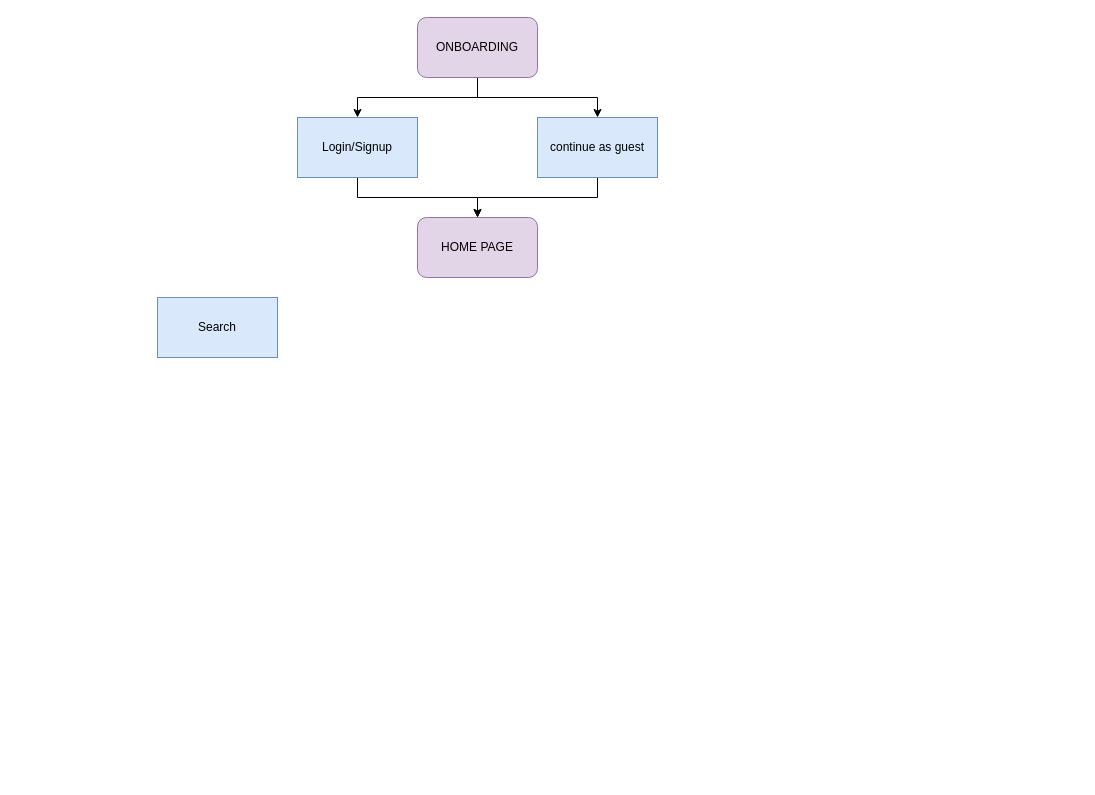
This is Untitled Diagram.drawio from pawanomprakash/INFORMATION-ARCHITECTURE, a draw.io file, before an edit. Source tidied: cells renumbered, new cells numbered last; positions are measured from the earlier drawing's top-left corner, leaving out a move shared by most shapes. Both pictures are drawn from the tidied source at 100%, with x=0, y=0 at pixel (157, 17). Pictures stored in the file or linked from it are replaced by grey dashed boxes.
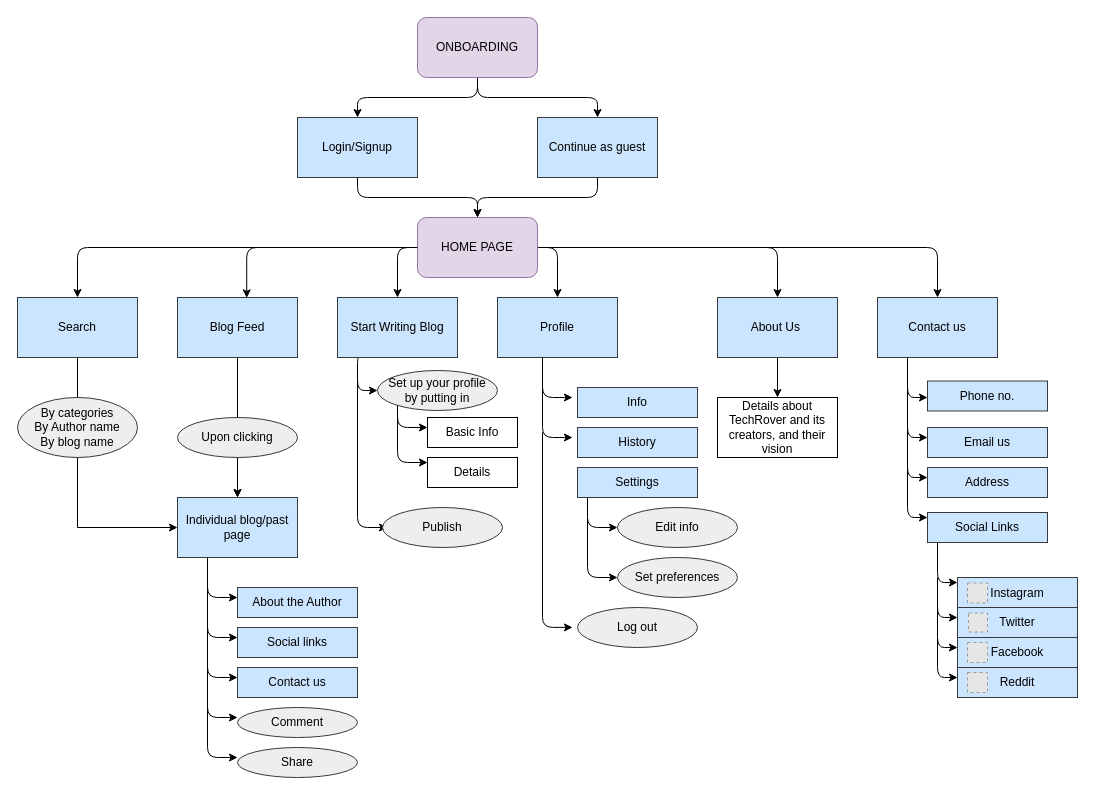
After the change.

Unchanged cells that the change refers to:
```xml
<mxCell id="4" value="ONBOARDING" style="rounded=1;whiteSpace=wrap;html=1;fillColor=#e1d5e7;strokeColor=#9673a6;" parent="1" vertex="1">
  <mxGeometry x="260" width="120" height="60" as="geometry" />
</mxCell>
<mxCell id="9" value="HOME PAGE" style="rounded=1;whiteSpace=wrap;html=1;fillColor=#e1d5e7;strokeColor=#9673a6;" parent="1" vertex="1">
  <mxGeometry x="260" y="200" width="120" height="60" as="geometry" />
</mxCell>
```

Diff of the diagram source:
```diff
@@
-    <mxCell id="2" style="edgeStyle=orthogonalEdgeStyle;rounded=0;jettySize=auto;html=1;" parent="1" edge="1" source="4" target="6">
+    <mxCell id="2" style="edgeStyle=orthogonalEdgeStyle;jettySize=auto;html=1;rounded=1;" parent="1" edge="1" source="4" target="6">
       <mxGeometry relative="1" as="geometry" />
     </mxCell>
-    <mxCell id="3" style="edgeStyle=orthogonalEdgeStyle;rounded=0;jettySize=auto;html=1;" parent="1" edge="1" source="4" target="8">
+    <mxCell id="3" style="edgeStyle=orthogonalEdgeStyle;jettySize=auto;html=1;rounded=1;" parent="1" edge="1" source="4" target="8">
       <mxGeometry relative="1" as="geometry">
         <Array as="points">
           <mxPoint x="320" y="80" />
           <mxPoint x="440" y="80" />
         </Array>
       </mxGeometry>
     </mxCell>
@@
-    <mxCell id="5" style="edgeStyle=orthogonalEdgeStyle;rounded=0;jettySize=auto;html=1;entryX=0.5;entryY=0;entryDx=0;entryDy=0;" parent="1" edge="1" source="6" target="9">
+    <mxCell id="5" style="edgeStyle=orthogonalEdgeStyle;jettySize=auto;html=1;entryX=0.5;entryY=0;entryDx=0;entryDy=0;rounded=1;" parent="1" edge="1" source="6" target="9">
       <mxGeometry relative="1" as="geometry" />
     </mxCell>
-    <mxCell id="6" value="Login/Signup" style="rounded=0;whiteSpace=wrap;html=1;fillColor=#dae8fc;strokeColor=#6c8ebf;" parent="1" vertex="1">
+    <mxCell id="6" value="Login/Signup" style="rounded=0;whiteSpace=wrap;html=1;glass=0;shadow=0;fillColor=#cce5ff;strokeColor=#36393d;" parent="1" vertex="1">
       <mxGeometry x="140" y="100" width="120" height="60" as="geometry" />
     </mxCell>
-    <mxCell id="7" style="edgeStyle=orthogonalEdgeStyle;rounded=0;jettySize=auto;html=1;" parent="1" edge="1" source="8" target="9">
+    <mxCell id="7" style="edgeStyle=orthogonalEdgeStyle;jettySize=auto;html=1;rounded=1;" parent="1" edge="1" source="8" target="9">
       <mxGeometry relative="1" as="geometry" />
     </mxCell>
-    <mxCell id="8" value="continue as guest" style="rounded=0;whiteSpace=wrap;html=1;fillColor=#dae8fc;strokeColor=#6c8ebf;" parent="1" vertex="1">
+    <mxCell id="8" value="Continue as guest" style="rounded=0;whiteSpace=wrap;html=1;fillColor=#cce5ff;strokeColor=#36393d;" parent="1" vertex="1">
       <mxGeometry x="380" y="100" width="120" height="60" as="geometry" />
     </mxCell>
+    <mxCell id="11" style="edgeStyle=orthogonalEdgeStyle;jettySize=auto;html=1;entryX=0.5;entryY=0;entryDx=0;entryDy=0;rounded=1;" parent="1" edge="1" source="9" target="10">
+      <mxGeometry relative="1" as="geometry" />
+    </mxCell>
+    <mxCell id="12" style="edgeStyle=orthogonalEdgeStyle;rounded=1;jettySize=auto;html=1;entryX=0.5;entryY=0;entryDx=0;entryDy=0;exitX=1;exitY=0.5;exitDx=0;exitDy=0;" parent="1" edge="1" source="9" target="21">
+      <mxGeometry relative="1" as="geometry" />
+    </mxCell>
+    <mxCell id="13" style="edgeStyle=orthogonalEdgeStyle;rounded=1;jettySize=auto;html=1;" parent="1" edge="1" source="9" target="38">
+      <mxGeometry relative="1" as="geometry" />
+    </mxCell>
+    <mxCell id="14" style="edgeStyle=orthogonalEdgeStyle;rounded=1;jettySize=auto;html=1;entryX=0.5;entryY=0;entryDx=0;entryDy=0;" parent="1" edge="1" source="9" target="28">
+      <mxGeometry relative="1" as="geometry">
+        <Array as="points">
+          <mxPoint x="240" y="230" />
+        </Array>
+      </mxGeometry>
+    </mxCell>
+    <mxCell id="15" style="edgeStyle=orthogonalEdgeStyle;rounded=1;jettySize=auto;html=1;entryX=0.5;entryY=0;entryDx=0;entryDy=0;" parent="1" edge="1" source="9" target="35">
+      <mxGeometry relative="1" as="geometry">
+        <Array as="points">
+          <mxPoint x="400" y="230" />
+        </Array>
+      </mxGeometry>
+    </mxCell>
@@
+    <mxCell id="16" style="edgeStyle=orthogonalEdgeStyle;rounded=0;jettySize=auto;html=1;exitX=0.5;exitY=1;exitDx=0;exitDy=0;entryX=0;entryY=0.5;entryDx=0;entryDy=0;" parent="1" edge="1" source="10" target="25">
+      <mxGeometry relative="1" as="geometry" />
+    </mxCell>
-    <mxCell id="10" value="Search" style="rounded=0;whiteSpace=wrap;html=1;fillColor=#dae8fc;strokeColor=#6c8ebf;" parent="1" vertex="1">
-      <mxGeometry y="280" width="120" height="60" as="geometry" />
+    <mxCell id="10" value="Search" style="rounded=0;whiteSpace=wrap;html=1;fillColor=#cce5ff;strokeColor=#36393d;" parent="1" vertex="1">
+      <mxGeometry x="-140" y="280" width="120" height="60" as="geometry" />
     </mxCell>
+    <mxCell id="17" style="edgeStyle=orthogonalEdgeStyle;rounded=0;jettySize=auto;html=1;exitX=0.5;exitY=1;exitDx=0;exitDy=0;entryX=0.5;entryY=0;entryDx=0;entryDy=0;" parent="1" edge="1" source="18" target="25">
+      <mxGeometry relative="1" as="geometry" />
+    </mxCell>
+    <mxCell id="18" value="Blog Feed" style="rounded=0;whiteSpace=wrap;html=1;fillColor=#cce5ff;strokeColor=#36393d;" parent="1" vertex="1">
+      <mxGeometry x="20" y="280" width="120" height="60" as="geometry" />
+    </mxCell>
+    <mxCell id="19" style="edgeStyle=orthogonalEdgeStyle;rounded=1;orthogonalLoop=1;jettySize=auto;html=1;exitX=0.25;exitY=1;exitDx=0;exitDy=0;" parent="1" edge="1">
+      <mxGeometry relative="1" as="geometry">
+        <mxPoint x="780" y="620" as="sourcePoint" />
+        <mxPoint x="800" y="660" as="targetPoint" />
+        <Array as="points">
+          <mxPoint x="780" y="660" />
+        </Array>
+      </mxGeometry>
+    </mxCell>
+    <mxCell id="20" style="edgeStyle=orthogonalEdgeStyle;rounded=1;jettySize=auto;html=1;exitX=0.25;exitY=1;exitDx=0;exitDy=0;" parent="1" edge="1" source="21">
+      <mxGeometry relative="1" as="geometry">
+        <mxPoint x="770" y="380" as="targetPoint" />
+        <Array as="points">
+          <mxPoint x="750" y="380" />
+        </Array>
+      </mxGeometry>
+    </mxCell>
+    <mxCell id="21" value="Contact us" style="rounded=0;whiteSpace=wrap;html=1;fillColor=#cce5ff;strokeColor=#36393d;" parent="1" vertex="1">
+      <mxGeometry x="720" y="280" width="120" height="60" as="geometry" />
+    </mxCell>
+    <mxCell id="22" style="edgeStyle=orthogonalEdgeStyle;rounded=0;jettySize=auto;html=1;" parent="1" edge="1" source="23" target="25">
+      <mxGeometry relative="1" as="geometry" />
+    </mxCell>
+    <mxCell id="23" value="Upon clicking" style="ellipse;whiteSpace=wrap;html=1;fillColor=#eeeeee;strokeColor=#36393d;" parent="1" vertex="1">
+      <mxGeometry x="20" y="400" width="120" height="40" as="geometry" />
+    </mxCell>
+    <mxCell id="24" style="edgeStyle=orthogonalEdgeStyle;rounded=1;jettySize=auto;html=1;exitX=0.25;exitY=1;exitDx=0;exitDy=0;" parent="1" edge="1" source="25">
+      <mxGeometry relative="1" as="geometry">
+        <mxPoint x="80" y="580" as="targetPoint" />
+        <Array as="points">
+          <mxPoint x="50" y="580" />
+        </Array>
+      </mxGeometry>
+    </mxCell>
+    <mxCell id="25" value="Individual blog/past page" style="rounded=0;whiteSpace=wrap;html=1;fillColor=#cce5ff;strokeColor=#36393d;" parent="1" vertex="1">
+      <mxGeometry x="20" y="480" width="120" height="60" as="geometry" />
+    </mxCell>
+    <mxCell id="26" style="edgeStyle=orthogonalEdgeStyle;rounded=1;orthogonalLoop=1;jettySize=auto;html=1;exitX=0.25;exitY=1;exitDx=0;exitDy=0;" parent="1" edge="1">
+      <mxGeometry relative="1" as="geometry">
+        <mxPoint x="240" y="370" as="sourcePoint" />
+        <mxPoint x="270" y="410" as="targetPoint" />
+        <Array as="points">
+          <mxPoint x="240" y="410" />
+        </Array>
+      </mxGeometry>
+    </mxCell>
+    <mxCell id="27" style="edgeStyle=orthogonalEdgeStyle;rounded=1;jettySize=auto;html=1;exitX=0.185;exitY=0.994;exitDx=0;exitDy=0;entryX=0;entryY=0.5;entryDx=0;entryDy=0;exitPerimeter=0;" parent="1" edge="1" source="28" target="45">
+      <mxGeometry relative="1" as="geometry">
+        <Array as="points">
+          <mxPoint x="200" y="340" />
+          <mxPoint x="200" y="373" />
+        </Array>
+      </mxGeometry>
+    </mxCell>
+    <mxCell id="28" value="Start Writing Blog" style="rounded=0;whiteSpace=wrap;html=1;fillColor=#cce5ff;strokeColor=#36393d;" parent="1" vertex="1">
+      <mxGeometry x="180" y="280" width="120" height="60" as="geometry" />
+    </mxCell>
+    <mxCell id="29" style="edgeStyle=orthogonalEdgeStyle;rounded=1;orthogonalLoop=1;jettySize=auto;html=1;exitX=0.25;exitY=1;exitDx=0;exitDy=0;" parent="1" edge="1">
+      <mxGeometry relative="1" as="geometry">
+        <mxPoint x="50" y="570" as="sourcePoint" />
+        <mxPoint x="80" y="620" as="targetPoint" />
+        <Array as="points">
+          <mxPoint x="50" y="620" />
+          <mxPoint x="80" y="620" />
+        </Array>
+      </mxGeometry>
+    </mxCell>
+    <mxCell id="30" style="edgeStyle=orthogonalEdgeStyle;rounded=1;orthogonalLoop=1;jettySize=auto;html=1;" parent="1" edge="1">
+      <mxGeometry relative="1" as="geometry">
+        <mxPoint x="50" y="610" as="sourcePoint" />
+        <mxPoint x="80" y="660" as="targetPoint" />
+        <Array as="points">
+          <mxPoint x="50" y="660" />
+        </Array>
+      </mxGeometry>
+    </mxCell>
+    <mxCell id="31" style="edgeStyle=orthogonalEdgeStyle;rounded=1;orthogonalLoop=1;jettySize=auto;html=1;" parent="1" edge="1">
+      <mxGeometry relative="1" as="geometry">
+        <mxPoint x="50" y="650" as="sourcePoint" />
+        <mxPoint x="80" y="700" as="targetPoint" />
+        <Array as="points">
+          <mxPoint x="50" y="700" />
+        </Array>
+      </mxGeometry>
+    </mxCell>
+    <mxCell id="32" value="About the Author" style="rounded=0;whiteSpace=wrap;html=1;fillColor=#cce5ff;strokeColor=#36393d;" parent="1" vertex="1">
+      <mxGeometry x="80" y="570" width="120" height="30" as="geometry" />
+    </mxCell>
+    <mxCell id="33" value="Social links" style="rounded=0;whiteSpace=wrap;html=1;fillColor=#cce5ff;strokeColor=#36393d;" parent="1" vertex="1">
+      <mxGeometry x="80" y="610" width="120" height="30" as="geometry" />
+    </mxCell>
+    <mxCell id="34" value="Contact us" style="rounded=0;whiteSpace=wrap;html=1;fillColor=#cce5ff;strokeColor=#36393d;" parent="1" vertex="1">
+      <mxGeometry x="80" y="650" width="120" height="30" as="geometry" />
+    </mxCell>
+    <mxCell id="35" value="Profile" style="rounded=0;whiteSpace=wrap;html=1;fillColor=#cce5ff;strokeColor=#36393d;" parent="1" vertex="1">
+      <mxGeometry x="340" y="280" width="120" height="60" as="geometry" />
+    </mxCell>
+    <mxCell id="36" value="By categories&lt;br&gt;By Author name&lt;br&gt;By blog name" style="ellipse;whiteSpace=wrap;html=1;fillColor=#eeeeee;strokeColor=#36393d;" parent="1" vertex="1">
+      <mxGeometry x="-140" y="380" width="120" height="60" as="geometry" />
+    </mxCell>
+    <mxCell id="37" style="edgeStyle=orthogonalEdgeStyle;rounded=0;jettySize=auto;html=1;exitX=0.5;exitY=1;exitDx=0;exitDy=0;entryX=0.5;entryY=0;entryDx=0;entryDy=0;" parent="1" edge="1" source="38" target="60">
+      <mxGeometry relative="1" as="geometry" />
+    </mxCell>
+    <mxCell id="38" value="About Us&amp;nbsp;" style="rounded=0;whiteSpace=wrap;html=1;fillColor=#cce5ff;strokeColor=#36393d;" parent="1" vertex="1">
+      <mxGeometry x="560" y="280" width="120" height="60" as="geometry" />
+    </mxCell>
+    <mxCell id="39" style="edgeStyle=orthogonalEdgeStyle;rounded=1;orthogonalLoop=1;jettySize=auto;html=1;" parent="1" edge="1">
+      <mxGeometry relative="1" as="geometry">
+        <mxPoint x="50" y="690" as="sourcePoint" />
+        <mxPoint x="80" y="740" as="targetPoint" />
+        <Array as="points">
+          <mxPoint x="50" y="740" />
+        </Array>
+      </mxGeometry>
+    </mxCell>
+    <mxCell id="40" style="edgeStyle=orthogonalEdgeStyle;rounded=1;jettySize=auto;html=1;entryX=0.577;entryY=0.006;entryDx=0;entryDy=0;entryPerimeter=0;" parent="1" edge="1" source="9" target="18">
+      <mxGeometry relative="1" as="geometry" />
+    </mxCell>
+    <mxCell id="41" style="edgeStyle=orthogonalEdgeStyle;rounded=1;orthogonalLoop=1;jettySize=auto;html=1;" parent="1" edge="1">
+      <mxGeometry relative="1" as="geometry">
+        <mxPoint x="240" y="395" as="sourcePoint" />
+        <mxPoint x="270" y="445" as="targetPoint" />
+        <Array as="points">
+          <mxPoint x="240" y="445" />
+        </Array>
+      </mxGeometry>
+    </mxCell>
+    <mxCell id="42" style="edgeStyle=orthogonalEdgeStyle;rounded=1;orthogonalLoop=1;jettySize=auto;html=1;" parent="1" edge="1">
+      <mxGeometry relative="1" as="geometry">
+        <mxPoint x="200" y="350" as="sourcePoint" />
+        <mxPoint x="230" y="510" as="targetPoint" />
+        <Array as="points">
+          <mxPoint x="200" y="510" />
+        </Array>
+      </mxGeometry>
+    </mxCell>
+    <mxCell id="43" value="Details" style="rounded=0;whiteSpace=wrap;html=1;" parent="1" vertex="1">
+      <mxGeometry x="270" y="440" width="90" height="30" as="geometry" />
+    </mxCell>
+    <mxCell id="44" value="Basic Info" style="rounded=0;whiteSpace=wrap;html=1;" parent="1" vertex="1">
+      <mxGeometry x="270" y="400" width="90" height="30" as="geometry" />
+    </mxCell>
+    <mxCell id="45" value="Set up your profile&lt;br&gt;by putting in" style="ellipse;whiteSpace=wrap;html=1;fillColor=#eeeeee;strokeColor=#36393d;" parent="1" vertex="1">
+      <mxGeometry x="220" y="353" width="120" height="40" as="geometry" />
+    </mxCell>
+    <mxCell id="46" style="edgeStyle=orthogonalEdgeStyle;rounded=1;orthogonalLoop=1;jettySize=auto;html=1;" parent="1" edge="1">
+      <mxGeometry relative="1" as="geometry">
+        <mxPoint x="430" y="450" as="sourcePoint" />
+        <mxPoint x="460" y="510" as="targetPoint" />
+        <Array as="points">
+          <mxPoint x="430" y="510" />
+        </Array>
+      </mxGeometry>
+    </mxCell>
+    <mxCell id="47" style="edgeStyle=orthogonalEdgeStyle;rounded=1;orthogonalLoop=1;jettySize=auto;html=1;" parent="1" edge="1">
+      <mxGeometry relative="1" as="geometry">
+        <mxPoint x="385" y="414.9" as="sourcePoint" />
+        <mxPoint x="415" y="609.9" as="targetPoint" />
+        <Array as="points">
+          <mxPoint x="385" y="609.9" />
+        </Array>
+      </mxGeometry>
+    </mxCell>
+    <mxCell id="48" style="edgeStyle=orthogonalEdgeStyle;rounded=1;orthogonalLoop=1;jettySize=auto;html=1;" parent="1" edge="1">
+      <mxGeometry relative="1" as="geometry">
+        <mxPoint x="385" y="370" as="sourcePoint" />
+        <mxPoint x="415" y="420" as="targetPoint" />
+        <Array as="points">
+          <mxPoint x="385" y="420" />
+        </Array>
+      </mxGeometry>
+    </mxCell>
+    <mxCell id="49" style="edgeStyle=orthogonalEdgeStyle;rounded=1;orthogonalLoop=1;jettySize=auto;html=1;exitX=0.25;exitY=1;exitDx=0;exitDy=0;" parent="1" edge="1">
+      <mxGeometry relative="1" as="geometry">
+        <mxPoint x="385" y="340" as="sourcePoint" />
+        <mxPoint x="415" y="380" as="targetPoint" />
+        <Array as="points">
+          <mxPoint x="385" y="380" />
+        </Array>
+      </mxGeometry>
+    </mxCell>
+    <mxCell id="50" value="Settings" style="rounded=0;whiteSpace=wrap;html=1;fillColor=#cce5ff;strokeColor=#36393d;" parent="1" vertex="1">
+      <mxGeometry x="420" y="450" width="120" height="30" as="geometry" />
+    </mxCell>
+    <mxCell id="51" value="History" style="rounded=0;whiteSpace=wrap;html=1;fillColor=#cce5ff;strokeColor=#36393d;" parent="1" vertex="1">
+      <mxGeometry x="420" y="410" width="120" height="30" as="geometry" />
+    </mxCell>
+    <mxCell id="52" value="Info" style="rounded=0;whiteSpace=wrap;html=1;fillColor=#cce5ff;strokeColor=#36393d;" parent="1" vertex="1">
+      <mxGeometry x="420" y="370" width="120" height="30" as="geometry" />
+    </mxCell>
+    <mxCell id="53" value="Publish" style="ellipse;whiteSpace=wrap;html=1;fillColor=#eeeeee;strokeColor=#36393d;" parent="1" vertex="1">
+      <mxGeometry x="225" y="490" width="120" height="40" as="geometry" />
+    </mxCell>
+    <mxCell id="54" value="Share" style="ellipse;whiteSpace=wrap;html=1;fillColor=#eeeeee;strokeColor=#36393d;" parent="1" vertex="1">
+      <mxGeometry x="80" y="730" width="120" height="30" as="geometry" />
+    </mxCell>
+    <mxCell id="55" value="Comment" style="ellipse;whiteSpace=wrap;html=1;fillColor=#eeeeee;strokeColor=#36393d;" parent="1" vertex="1">
+      <mxGeometry x="80" y="690" width="120" height="30" as="geometry" />
+    </mxCell>
+    <mxCell id="56" value="Set preferences" style="ellipse;whiteSpace=wrap;html=1;fillColor=#eeeeee;strokeColor=#36393d;" parent="1" vertex="1">
+      <mxGeometry x="460" y="540" width="120" height="40" as="geometry" />
+    </mxCell>
+    <mxCell id="57" value="Edit info" style="ellipse;whiteSpace=wrap;html=1;fillColor=#eeeeee;strokeColor=#36393d;" parent="1" vertex="1">
+      <mxGeometry x="460" y="490" width="120" height="40" as="geometry" />
+    </mxCell>
+    <mxCell id="58" value="Log out" style="ellipse;whiteSpace=wrap;html=1;fillColor=#eeeeee;strokeColor=#36393d;" parent="1" vertex="1">
+      <mxGeometry x="420" y="590" width="120" height="40" as="geometry" />
+    </mxCell>
+    <mxCell id="59" style="edgeStyle=orthogonalEdgeStyle;rounded=1;orthogonalLoop=1;jettySize=auto;html=1;" parent="1" edge="1">
+      <mxGeometry relative="1" as="geometry">
+        <mxPoint x="430" y="500" as="sourcePoint" />
+        <mxPoint x="460" y="560" as="targetPoint" />
+        <Array as="points">
+          <mxPoint x="430" y="560" />
+        </Array>
+      </mxGeometry>
+    </mxCell>
+    <mxCell id="60" value="Details about TechRover and its creators, and their vision" style="rounded=0;whiteSpace=wrap;html=1;" parent="1" vertex="1">
+      <mxGeometry x="560" y="380" width="120" height="60" as="geometry" />
+    </mxCell>
+    <mxCell id="61" style="edgeStyle=orthogonalEdgeStyle;rounded=1;orthogonalLoop=1;jettySize=auto;html=1;exitX=0.25;exitY=1;exitDx=0;exitDy=0;" parent="1" edge="1">
+      <mxGeometry relative="1" as="geometry">
+        <mxPoint x="780" y="590" as="sourcePoint" />
+        <mxPoint x="800" y="630" as="targetPoint" />
+        <Array as="points">
+          <mxPoint x="780" y="630" />
+        </Array>
+      </mxGeometry>
+    </mxCell>
+    <mxCell id="62" style="edgeStyle=orthogonalEdgeStyle;rounded=1;orthogonalLoop=1;jettySize=auto;html=1;exitX=0.25;exitY=1;exitDx=0;exitDy=0;" parent="1" edge="1">
+      <mxGeometry relative="1" as="geometry">
+        <mxPoint x="780" y="560" as="sourcePoint" />
+        <mxPoint x="800" y="600" as="targetPoint" />
+        <Array as="points">
+          <mxPoint x="780" y="600" />
+        </Array>
+      </mxGeometry>
+    </mxCell>
+    <mxCell id="63" style="edgeStyle=orthogonalEdgeStyle;rounded=1;orthogonalLoop=1;jettySize=auto;html=1;exitX=0.25;exitY=1;exitDx=0;exitDy=0;" parent="1" edge="1">
+      <mxGeometry relative="1" as="geometry">
+        <mxPoint x="780" y="525" as="sourcePoint" />
+        <mxPoint x="800" y="565" as="targetPoint" />
+        <Array as="points">
+          <mxPoint x="780" y="565" />
+        </Array>
+      </mxGeometry>
+    </mxCell>
+    <mxCell id="64" value="Social Links" style="rounded=0;whiteSpace=wrap;html=1;fillColor=#cce5ff;strokeColor=#36393d;" parent="1" vertex="1">
+      <mxGeometry x="770" y="495" width="120" height="30" as="geometry" />
+    </mxCell>
+    <mxCell id="65" value="Instagram" style="rounded=0;whiteSpace=wrap;html=1;fillColor=#cce5ff;strokeColor=#36393d;" parent="1" vertex="1">
+      <mxGeometry x="800" y="560" width="120" height="31" as="geometry" />
+    </mxCell>
+    <mxCell id="66" value="Twitter" style="rounded=0;whiteSpace=wrap;html=1;fillColor=#cce5ff;strokeColor=#36393d;" parent="1" vertex="1">
+      <mxGeometry x="800" y="590" width="120" height="30" as="geometry" />
+    </mxCell>
+    <mxCell id="67" value="Facebook" style="rounded=0;whiteSpace=wrap;html=1;fillColor=#cce5ff;strokeColor=#36393d;" parent="1" vertex="1">
+      <mxGeometry x="800" y="620" width="120" height="30" as="geometry" />
+    </mxCell>
+    <mxCell id="68" value="Reddit" style="rounded=0;whiteSpace=wrap;html=1;fillColor=#cce5ff;strokeColor=#36393d;" parent="1" vertex="1">
+      <mxGeometry x="800" y="650" width="120" height="30" as="geometry" />
+    </mxCell>
+    <mxCell id="69" value="Phone no." style="rounded=0;whiteSpace=wrap;html=1;fillColor=#cce5ff;strokeColor=#36393d;" parent="1" vertex="1">
+      <mxGeometry x="770" y="363.5" width="120" height="30" as="geometry" />
+    </mxCell>
+    <mxCell id="70" value="Email us" style="rounded=0;whiteSpace=wrap;html=1;fillColor=#cce5ff;strokeColor=#36393d;" parent="1" vertex="1">
+      <mxGeometry x="770" y="410" width="120" height="30" as="geometry" />
+    </mxCell>
+    <mxCell id="71" value="Address" style="rounded=0;whiteSpace=wrap;html=1;fillColor=#cce5ff;strokeColor=#36393d;" parent="1" vertex="1">
+      <mxGeometry x="770" y="450" width="120" height="30" as="geometry" />
+    </mxCell>
+    <mxCell id="72" style="edgeStyle=orthogonalEdgeStyle;rounded=0;orthogonalLoop=1;jettySize=auto;html=1;exitX=0.5;exitY=1;exitDx=0;exitDy=0;" parent="1" edge="1" source="70" target="70">
+      <mxGeometry relative="1" as="geometry" />
+    </mxCell>
+    <mxCell id="73" style="edgeStyle=orthogonalEdgeStyle;rounded=1;orthogonalLoop=1;jettySize=auto;html=1;" parent="1" edge="1">
+      <mxGeometry relative="1" as="geometry">
+        <mxPoint x="750" y="400" as="sourcePoint" />
+        <mxPoint x="770" y="460" as="targetPoint" />
+        <Array as="points">
+          <mxPoint x="750" y="460" />
+        </Array>
+      </mxGeometry>
+    </mxCell>
+    <mxCell id="74" style="edgeStyle=orthogonalEdgeStyle;rounded=1;orthogonalLoop=1;jettySize=auto;html=1;" parent="1" edge="1">
+      <mxGeometry relative="1" as="geometry">
+        <mxPoint x="750" y="360" as="sourcePoint" />
+        <mxPoint x="770" y="420" as="targetPoint" />
+        <Array as="points">
+          <mxPoint x="750" y="420" />
+        </Array>
+      </mxGeometry>
+    </mxCell>
+    <mxCell id="75" style="edgeStyle=orthogonalEdgeStyle;rounded=1;orthogonalLoop=1;jettySize=auto;html=1;" parent="1" edge="1">
+      <mxGeometry relative="1" as="geometry">
+        <mxPoint x="750" y="440" as="sourcePoint" />
+        <mxPoint x="770" y="500" as="targetPoint" />
+        <Array as="points">
+          <mxPoint x="750" y="500" />
+        </Array>
+      </mxGeometry>
+    </mxCell>
+    <mxCell id="76" style="fillColor=#E6E6E6;strokeColor=#999999;dashed=1;verticalLabelPosition=bottom;labelBackgroundColor=default;verticalAlign=top;" parent="1" vertex="1">
+      <mxGeometry x="810" y="565.5" width="20" height="20" as="geometry" />
+    </mxCell>
+    <mxCell id="77" style="fillColor=#E6E6E6;strokeColor=#999999;dashed=1;verticalLabelPosition=bottom;labelBackgroundColor=default;verticalAlign=top;" parent="1" vertex="1">
+      <mxGeometry x="811" y="595.5" width="19" height="19" as="geometry" />
+    </mxCell>
+    <mxCell id="78" style="fillColor=#E6E6E6;strokeColor=#999999;dashed=1;verticalLabelPosition=bottom;labelBackgroundColor=default;verticalAlign=top;" parent="1" vertex="1">
+      <mxGeometry x="810" y="655" width="20" height="20" as="geometry" />
+    </mxCell>
+    <mxCell id="79" style="fillColor=#E6E6E6;strokeColor=#999999;dashed=1;verticalLabelPosition=bottom;labelBackgroundColor=default;verticalAlign=top;" parent="1" vertex="1">
+      <mxGeometry x="810" y="625" width="20" height="20" as="geometry" />
+    </mxCell>
```
